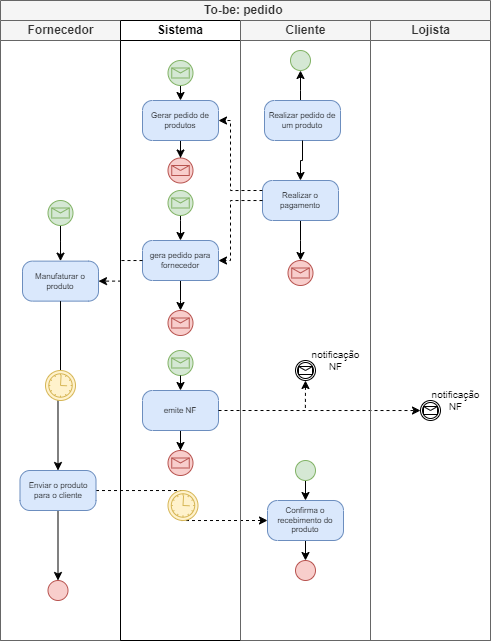
Earlier version of the draw.io export Modelos de Processos As-Is e To-Be/ModeloToBe-pedido.png (WolWolffz/ThuderBass_Stock). Source tidied: cells renumbered, new cells last; positions are measured from the earlier drawing's top-left corner, leaving out a move shared by most shapes.
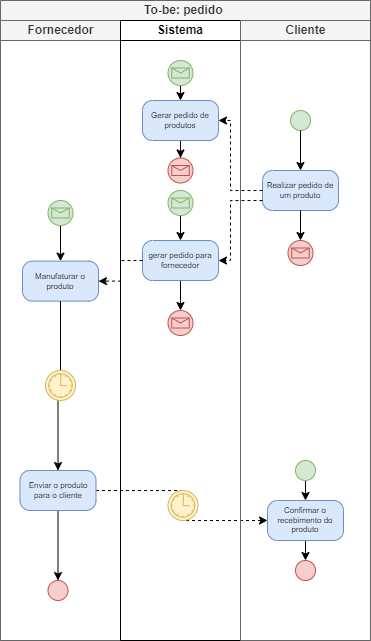
After the commit.

What changed in the source:
```diff
@@ -3,7 +3,7 @@
     <mxCell id="0" />
     <mxCell id="1" parent="0" />
     <mxCell id="2" value="To-be: pedido&amp;nbsp;" style="swimlane;html=1;startSize=20;whiteSpace=wrap;fillColor=#f5f5f5;fontColor=#333333;strokeColor=#666666;" parent="1" vertex="1">
-      <mxGeometry width="490" height="640" as="geometry" />
+      <mxGeometry width="370" height="640" as="geometry" />
     </mxCell>
     <mxCell id="3" style="edgeStyle=orthogonalEdgeStyle;rounded=0;jettySize=auto;html=1;entryX=0;entryY=0.5;entryDx=0;entryDy=0;entryPerimeter=0;dashed=1;" parent="2" edge="1" source="8" target="38">
       <mxGeometry relative="1" as="geometry" />
@@ -61,30 +61,15 @@
         <mxPoint x="60" y="290" as="targetPoint" />
       </mxGeometry>
     </mxCell>
-    <mxCell id="19" value="gera pedido para fornecedor" style="points=[[0.25,0,0],[0.5,0,0],[0.75,0,0],[1,0.25,0],[1,0.5,0],[1,0.75,0],[0.75,1,0],[0.5,1,0],[0.25,1,0],[0,0.75,0],[0,0.5,0],[0,0.25,0]];shape=mxgraph.bpmn.task;whiteSpace=wrap;rectStyle=rounded;size=10;html=1;taskMarker=abstract;fillColor=#dae8fc;strokeColor=#6c8ebf;fontSize=8;" parent="13" vertex="1">
+    <mxCell id="19" value="gerar pedido para fornecedor" style="points=[[0.25,0,0],[0.5,0,0],[0.75,0,0],[1,0.25,0],[1,0.5,0],[1,0.75,0],[0.75,1,0],[0.5,1,0],[0.25,1,0],[0,0.75,0],[0,0.5,0],[0,0.25,0]];shape=mxgraph.bpmn.task;whiteSpace=wrap;rectStyle=rounded;size=10;html=1;taskMarker=abstract;fillColor=#dae8fc;strokeColor=#6c8ebf;fontSize=8;" parent="13" vertex="1">
       <mxGeometry x="22" y="220" width="76" height="40" as="geometry" />
     </mxCell>
-    <mxCell id="20" style="edgeStyle=orthogonalEdgeStyle;rounded=0;jettySize=auto;html=1;entryX=0.5;entryY=0;entryDx=0;entryDy=0;entryPerimeter=0;" parent="13" edge="1" source="21" target="24">
-      <mxGeometry relative="1" as="geometry" />
-    </mxCell>
-    <mxCell id="21" value="emite NF" style="points=[[0.25,0,0],[0.5,0,0],[0.75,0,0],[1,0.25,0],[1,0.5,0],[1,0.75,0],[0.75,1,0],[0.5,1,0],[0.25,1,0],[0,0.75,0],[0,0.5,0],[0,0.25,0]];shape=mxgraph.bpmn.task;whiteSpace=wrap;rectStyle=rounded;size=10;html=1;taskMarker=abstract;fillColor=#dae8fc;strokeColor=#6c8ebf;fontSize=8;" parent="13" vertex="1">
-      <mxGeometry x="22" y="370" width="76" height="40" as="geometry" />
-    </mxCell>
     <mxCell id="22" style="shape=mxgraph.bpmn.event;html=1;verticalLabelPosition=bottom;labelBackgroundColor=#ffffff;verticalAlign=top;align=center;perimeter=ellipsePerimeter;outline=standard;symbol=message;fillColor=#d5e8d4;strokeColor=#82b366;" parent="13" vertex="1">
       <mxGeometry x="47.5" y="40" width="25" height="25" as="geometry" />
     </mxCell>
     <mxCell id="23" style="shape=mxgraph.bpmn.event;html=1;verticalLabelPosition=bottom;labelBackgroundColor=#ffffff;verticalAlign=top;align=center;perimeter=ellipsePerimeter;outline=standard;symbol=message;fillColor=#d5e8d4;strokeColor=#82b366;" parent="13" vertex="1">
       <mxGeometry x="47.5" y="170" width="25" height="25" as="geometry" />
     </mxCell>
-    <mxCell id="24" style="points=[[0.145,0.145,0],[0.5,0,0],[0.855,0.145,0],[1,0.5,0],[0.855,0.855,0],[0.5,1,0],[0.145,0.855,0],[0,0.5,0]];shape=mxgraph.bpmn.event;html=1;verticalLabelPosition=bottom;labelBackgroundColor=#ffffff;verticalAlign=top;align=center;perimeter=ellipsePerimeter;outlineConnect=0;outline=standard;symbol=message;fillColor=#f8cecc;strokeColor=#b85450;" parent="13" vertex="1">
-      <mxGeometry x="47.5" y="430" width="25" height="25" as="geometry" />
-    </mxCell>
-    <mxCell id="25" style="points=[[0.145,0.145,0],[0.5,0,0],[0.855,0.145,0],[1,0.5,0],[0.855,0.855,0],[0.5,1,0],[0.145,0.855,0],[0,0.5,0]];shape=mxgraph.bpmn.event;html=1;verticalLabelPosition=bottom;labelBackgroundColor=#ffffff;verticalAlign=top;align=center;perimeter=ellipsePerimeter;outlineConnect=0;outline=standard;symbol=message;fillColor=#d5e8d4;strokeColor=#82b366;" parent="13" vertex="1">
-      <mxGeometry x="47.5" y="330" width="25" height="25" as="geometry" />
-    </mxCell>
-    <mxCell id="26" style="edgeStyle=orthogonalEdgeStyle;rounded=0;jettySize=auto;html=1;exitX=0.5;exitY=1;exitDx=0;exitDy=0;exitPerimeter=0;entryX=0.5;entryY=0;entryDx=0;entryDy=0;entryPerimeter=0;" parent="13" edge="1" source="25" target="21">
-      <mxGeometry relative="1" as="geometry" />
-    </mxCell>
     <mxCell id="27" style="shape=mxgraph.bpmn.event;html=1;verticalLabelPosition=bottom;labelBackgroundColor=#ffffff;verticalAlign=top;align=center;perimeter=ellipsePerimeter;outline=standard;symbol=message;fillColor=#f8cecc;strokeColor=#b85450;" parent="13" vertex="1">
       <mxGeometry x="47.5" y="290" width="25" height="25" as="geometry" />
     </mxCell>
@@ -97,67 +82,39 @@
     <mxCell id="30" value="Cliente" style="swimlane;html=1;startSize=20;fillColor=#f5f5f5;fontColor=#333333;strokeColor=#666666;" parent="2" vertex="1">
       <mxGeometry x="240" y="20" width="130" height="620" as="geometry" />
     </mxCell>
-    <mxCell id="31" style="edgeStyle=orthogonalEdgeStyle;rounded=0;jettySize=auto;html=1;startArrow=classic;startFill=1;endArrow=none;endFill=0;" parent="30" edge="1" source="32">
-      <mxGeometry relative="1" as="geometry">
-        <mxPoint x="60" y="80" as="targetPoint" />
-      </mxGeometry>
-    </mxCell>
     <mxCell id="32" style="ellipse;whiteSpace=wrap;html=1;fillColor=#d5e8d4;strokeColor=#82b366;" parent="30" vertex="1">
-      <mxGeometry x="50" y="30" width="20" height="20" as="geometry" />
+      <mxGeometry x="50" y="90" width="20" height="20" as="geometry" />
     </mxCell>
     <mxCell id="33" value="Realizar pedido de um produto" style="points=[[0.25,0,0],[0.5,0,0],[0.75,0,0],[1,0.25,0],[1,0.5,0],[1,0.75,0],[0.75,1,0],[0.5,1,0],[0.25,1,0],[0,0.75,0],[0,0.5,0],[0,0.25,0]];shape=mxgraph.bpmn.task;whiteSpace=wrap;rectStyle=rounded;size=10;html=1;taskMarker=abstract;fillColor=#dae8fc;strokeColor=#6c8ebf;fontSize=8;" parent="30" vertex="1">
-      <mxGeometry x="24" y="80" width="76" height="40" as="geometry" />
+      <mxGeometry x="22" y="150" width="76" height="40" as="geometry" />
     </mxCell>
-    <mxCell id="34" style="edgeStyle=orthogonalEdgeStyle;rounded=0;jettySize=auto;html=1;" parent="30" edge="1" source="35">
-      <mxGeometry relative="1" as="geometry">
-        <mxPoint x="60" y="240" as="targetPoint" />
-      </mxGeometry>
-    </mxCell>
-    <mxCell id="35" value="Realizar o pagamento" style="points=[[0.25,0,0],[0.5,0,0],[0.75,0,0],[1,0.25,0],[1,0.5,0],[1,0.75,0],[0.75,1,0],[0.5,1,0],[0.25,1,0],[0,0.75,0],[0,0.5,0],[0,0.25,0]];shape=mxgraph.bpmn.task;whiteSpace=wrap;rectStyle=rounded;size=10;html=1;taskMarker=abstract;fillColor=#dae8fc;strokeColor=#6c8ebf;fontSize=8;" parent="30" vertex="1">
-      <mxGeometry x="22" y="160" width="76" height="40" as="geometry" />
-    </mxCell>
     <mxCell id="36" style="edgeStyle=orthogonalEdgeStyle;rounded=0;jettySize=auto;html=1;exitX=0.5;exitY=0;exitDx=0;exitDy=0;exitPerimeter=0;entryX=0.5;entryY=1;entryDx=0;entryDy=0;startArrow=classic;startFill=1;endArrow=none;endFill=0;" parent="30" edge="1" source="38" target="42">
       <mxGeometry relative="1" as="geometry" />
     </mxCell>
     <mxCell id="37" style="edgeStyle=orthogonalEdgeStyle;rounded=0;jettySize=auto;html=1;exitX=0.5;exitY=1;exitDx=0;exitDy=0;exitPerimeter=0;entryX=0.5;entryY=0;entryDx=0;entryDy=0;" parent="30" edge="1" source="38" target="43">
       <mxGeometry relative="1" as="geometry" />
     </mxCell>
-    <mxCell id="38" value="Confirma o recebimento do produto" style="points=[[0.25,0,0],[0.5,0,0],[0.75,0,0],[1,0.25,0],[1,0.5,0],[1,0.75,0],[0.75,1,0],[0.5,1,0],[0.25,1,0],[0,0.75,0],[0,0.5,0],[0,0.25,0]];shape=mxgraph.bpmn.task;whiteSpace=wrap;rectStyle=rounded;size=10;html=1;taskMarker=abstract;fillColor=#dae8fc;strokeColor=#6c8ebf;fontSize=8;" parent="30" vertex="1">
+    <mxCell id="38" value="Confirmar o recebimento do produto" style="points=[[0.25,0,0],[0.5,0,0],[0.75,0,0],[1,0.25,0],[1,0.5,0],[1,0.75,0],[0.75,1,0],[0.5,1,0],[0.25,1,0],[0,0.75,0],[0,0.5,0],[0,0.25,0]];shape=mxgraph.bpmn.task;whiteSpace=wrap;rectStyle=rounded;size=10;html=1;taskMarker=abstract;fillColor=#dae8fc;strokeColor=#6c8ebf;fontSize=8;" parent="30" vertex="1">
       <mxGeometry x="27" y="480" width="76" height="40" as="geometry" />
     </mxCell>
-    <mxCell id="39" style="edgeStyle=orthogonalEdgeStyle;rounded=0;jettySize=auto;html=1;entryX=0.5;entryY=0;entryDx=0;entryDy=0;entryPerimeter=0;" parent="30" edge="1" source="33" target="35">
+    <mxCell id="39" style="edgeStyle=orthogonalEdgeStyle;rounded=0;jettySize=auto;html=1;entryX=0.5;entryY=0;entryDx=0;entryDy=0;entryPerimeter=0;" parent="30" edge="1" source="33" target="53">
       <mxGeometry relative="1" as="geometry" />
     </mxCell>
-    <mxCell id="40" style="edgeStyle=orthogonalEdgeStyle;rounded=0;jettySize=auto;html=1;exitX=0.5;exitY=1;exitDx=0;exitDy=0;exitPerimeter=0;dashed=1;startArrow=classic;startFill=1;endArrow=none;endFill=0;" parent="30" edge="1" source="41">
-      <mxGeometry relative="1" as="geometry">
-        <mxPoint x="64.9" y="390" as="targetPoint" />
-      </mxGeometry>
-    </mxCell>
-    <mxCell id="41" style="points=[[0.145,0.145,0],[0.5,0,0],[0.855,0.145,0],[1,0.5,0],[0.855,0.855,0],[0.5,1,0],[0.145,0.855,0],[0,0.5,0]];shape=mxgraph.bpmn.event;html=1;verticalLabelPosition=bottom;labelBackgroundColor=#ffffff;verticalAlign=top;align=center;perimeter=ellipsePerimeter;outlineConnect=0;outline=catching;symbol=message;" parent="30" vertex="1">
-      <mxGeometry x="55" y="340" width="20" height="20" as="geometry" />
-    </mxCell>
     <mxCell id="42" style="ellipse;whiteSpace=wrap;html=1;fillColor=#d5e8d4;strokeColor=#82b366;" parent="30" vertex="1">
       <mxGeometry x="55" y="440" width="20" height="20" as="geometry" />
     </mxCell>
     <mxCell id="43" style="ellipse;whiteSpace=wrap;html=1;fillColor=#f8cecc;strokeColor=#b85450;" parent="30" vertex="1">
       <mxGeometry x="55" y="540" width="20" height="20" as="geometry" />
     </mxCell>
-    <mxCell id="44" value="notificação&lt;br style=&quot;font-size: 10px;&quot;&gt;NF" style="text;html=1;align=center;verticalAlign=middle;strokeColor=none;fillColor=none;fontSize=10;" parent="30" vertex="1">
-      <mxGeometry x="60" y="320" width="70" height="40" as="geometry" />
-    </mxCell>
-    <mxCell id="45" style="edgeStyle=orthogonalEdgeStyle;rounded=0;jettySize=auto;html=1;dashed=1;exitX=1;exitY=0.5;exitDx=0;exitDy=0;exitPerimeter=0;" parent="30" edge="1" source="21">
-      <mxGeometry relative="1" as="geometry">
-        <mxPoint x="180" y="390" as="targetPoint" />
-        <Array as="points">
-          <mxPoint x="180" y="390" />
-        </Array>
-      </mxGeometry>
-    </mxCell>
-    <mxCell id="46" style="shape=mxgraph.bpmn.event;html=1;verticalLabelPosition=bottom;labelBackgroundColor=#ffffff;verticalAlign=top;align=center;perimeter=ellipsePerimeter;outline=standard;symbol=message;fillColor=#f8cecc;strokeColor=#b85450;" parent="30" vertex="1">
-      <mxGeometry x="47.5" y="240" width="25" height="25" as="geometry" />
-    </mxCell>
+    <mxCell id="53" style="points=[[0.145,0.145,0],[0.5,0,0],[0.855,0.145,0],[1,0.5,0],[0.855,0.855,0],[0.5,1,0],[0.145,0.855,0],[0,0.5,0]];shape=mxgraph.bpmn.event;html=1;verticalLabelPosition=bottom;labelBackgroundColor=#ffffff;verticalAlign=top;align=center;perimeter=ellipsePerimeter;outlineConnect=0;outline=standard;symbol=message;fillColor=#f8cecc;strokeColor=#b85450;" parent="30" vertex="1">
+      <mxGeometry x="47.5" y="220" width="25" height="25" as="geometry" />
+    </mxCell>
+    <mxCell id="54" style="edgeStyle=orthogonalEdgeStyle;rounded=0;jettySize=auto;html=1;exitX=0.5;exitY=1;exitDx=0;exitDy=0;entryX=0.5;entryY=0;entryDx=0;entryDy=0;entryPerimeter=0;" parent="30" edge="1" source="32" target="33">
+      <mxGeometry relative="1" as="geometry" />
+    </mxCell>
-    <mxCell id="47" style="edgeStyle=orthogonalEdgeStyle;rounded=0;jettySize=auto;html=1;entryX=1;entryY=0.5;entryDx=0;entryDy=0;entryPerimeter=0;dashed=1;" parent="2" edge="1" source="35" target="19">
+    <mxCell id="47" style="edgeStyle=orthogonalEdgeStyle;rounded=0;jettySize=auto;html=1;entryX=1;entryY=0.5;entryDx=0;entryDy=0;entryPerimeter=0;dashed=1;" parent="2" edge="1" target="19">
       <mxGeometry relative="1" as="geometry">
+        <mxPoint x="262" y="200" as="sourcePoint" />
         <Array as="points">
           <mxPoint x="230" y="200" />
           <mxPoint x="230" y="260" />
@@ -167,17 +124,9 @@
     <mxCell id="48" style="edgeStyle=orthogonalEdgeStyle;rounded=0;jettySize=auto;html=1;entryX=1;entryY=0.5;entryDx=0;entryDy=0;entryPerimeter=0;dashed=1;" parent="2" edge="1" source="19" target="6">
       <mxGeometry relative="1" as="geometry" />
     </mxCell>
-    <mxCell id="49" value="Lojista" style="swimlane;html=1;startSize=20;fillColor=#f5f5f5;fontColor=#333333;strokeColor=#666666;" parent="2" vertex="1">
-      <mxGeometry x="370" y="20" width="120" height="620" as="geometry" />
-    </mxCell>
-    <mxCell id="50" style="shape=mxgraph.bpmn.event;html=1;verticalLabelPosition=bottom;labelBackgroundColor=#ffffff;verticalAlign=top;align=center;perimeter=ellipsePerimeter;outline=catching;symbol=message;" parent="49" vertex="1">
-      <mxGeometry x="50" y="380" width="20" height="20" as="geometry" />
-    </mxCell>
-    <mxCell id="51" value="notificação&lt;br style=&quot;font-size: 10px;&quot;&gt;NF" style="text;html=1;align=center;verticalAlign=middle;strokeColor=none;fillColor=none;fontSize=10;" parent="49" vertex="1">
-      <mxGeometry x="50" y="360" width="70" height="40" as="geometry" />
-    </mxCell>
-    <mxCell id="52" style="edgeStyle=orthogonalEdgeStyle;rounded=0;jettySize=auto;html=1;exitX=0;exitY=0.25;exitDx=0;exitDy=0;exitPerimeter=0;entryX=1;entryY=0.5;entryDx=0;entryDy=0;entryPerimeter=0;dashed=1;" parent="2" edge="1" source="35" target="16">
+    <mxCell id="52" style="edgeStyle=orthogonalEdgeStyle;rounded=0;jettySize=auto;html=1;exitX=0;exitY=0.25;exitDx=0;exitDy=0;exitPerimeter=0;entryX=1;entryY=0.5;entryDx=0;entryDy=0;entryPerimeter=0;dashed=1;" parent="2" edge="1" target="16">
       <mxGeometry relative="1" as="geometry">
+        <mxPoint x="262" y="190" as="sourcePoint" />
         <Array as="points">
           <mxPoint x="230" y="190" />
           <mxPoint x="230" y="120" />
```
